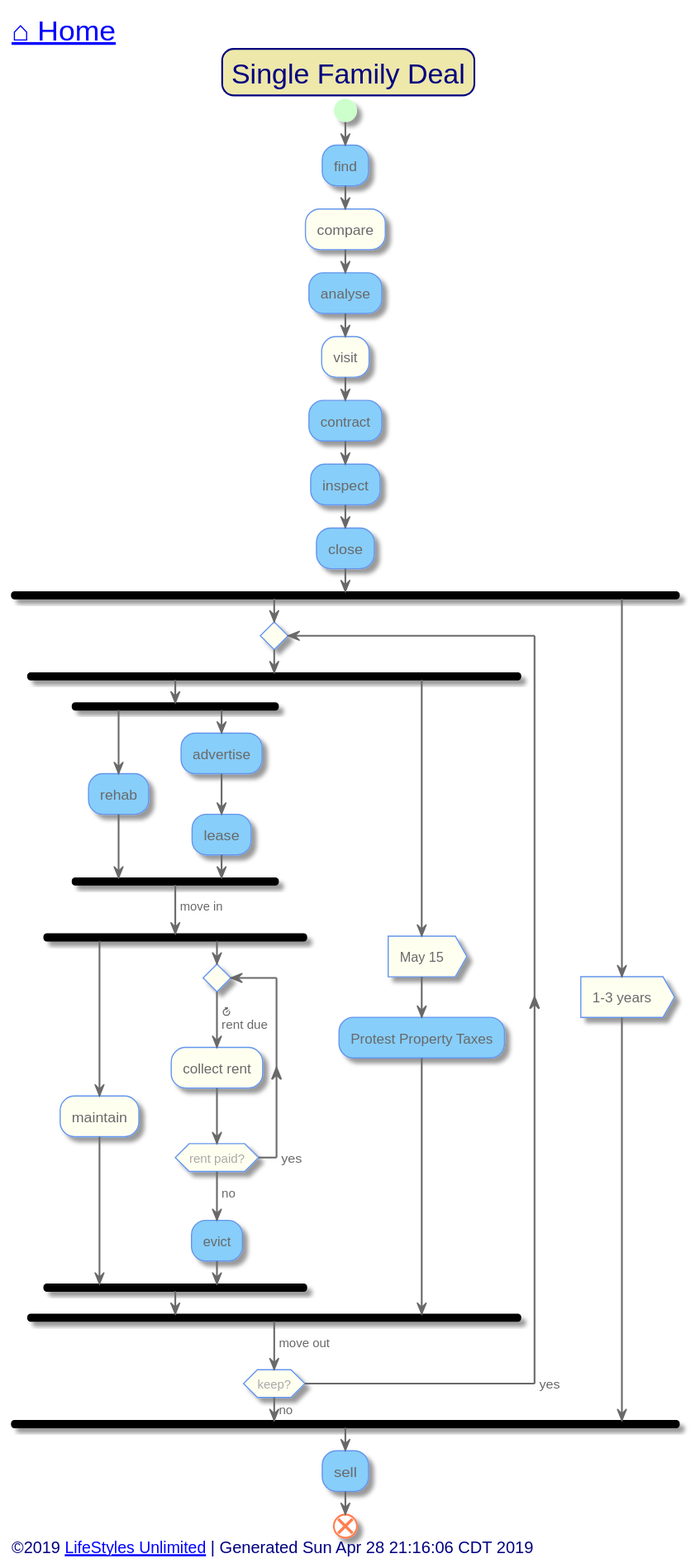
This is out/src/single-family/single-family-deal.svg from toddmo/lifestylesunlimited, a PlantUML export, as it was before one commit.
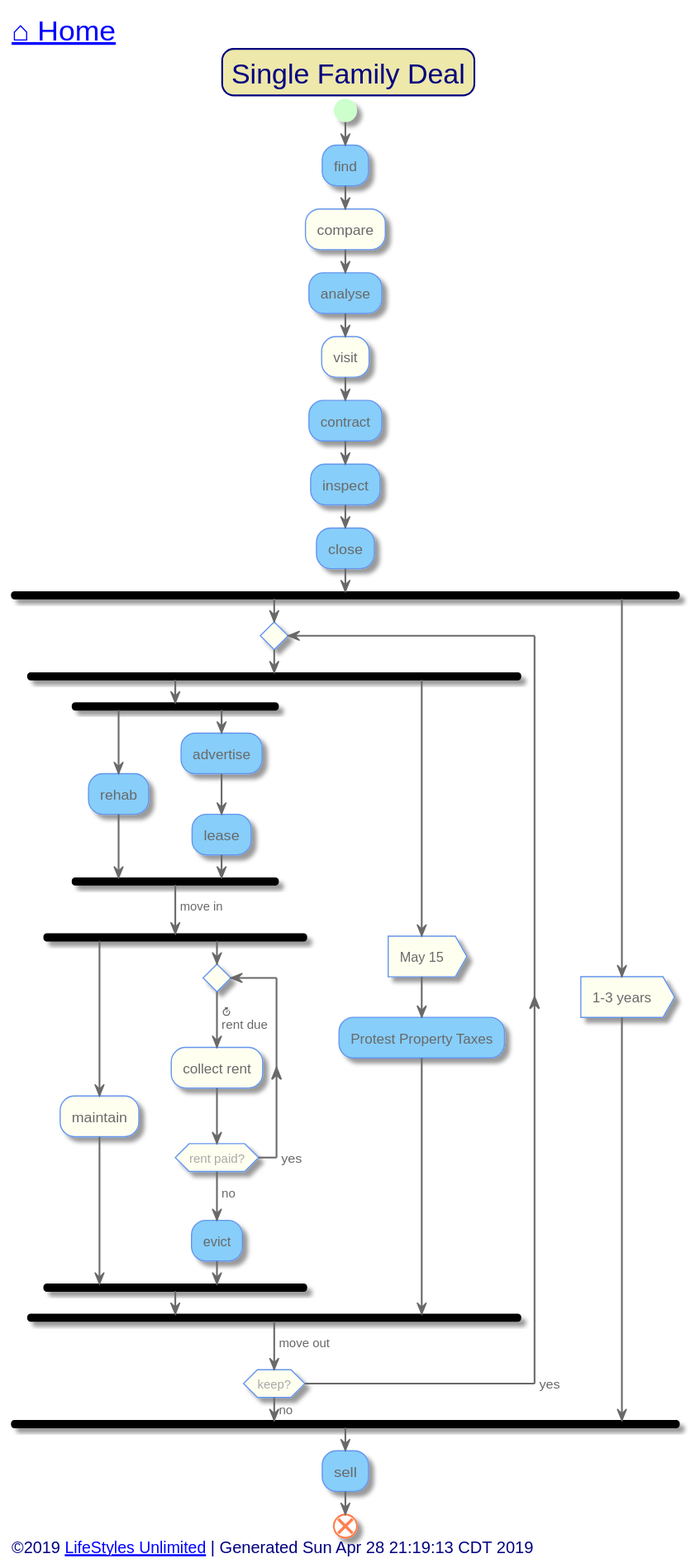
Above is the later version.

The edit, as a diff of the source:
```diff
@@ -126,7 +126,7 @@
 
 
 left footer
-	<font size=14>©2019 [[http://www.lifestylesunlimited.com LifeStyles Unlimited]] | Generated Sun Apr 28 21:16:06 CDT 2019</font>
+	<font size=14>©2019 [[http://www.lifestylesunlimited.com LifeStyles Unlimited]] | Generated Sun Apr 28 21:19:13 CDT 2019</font>
 endfooter
 
 
```
